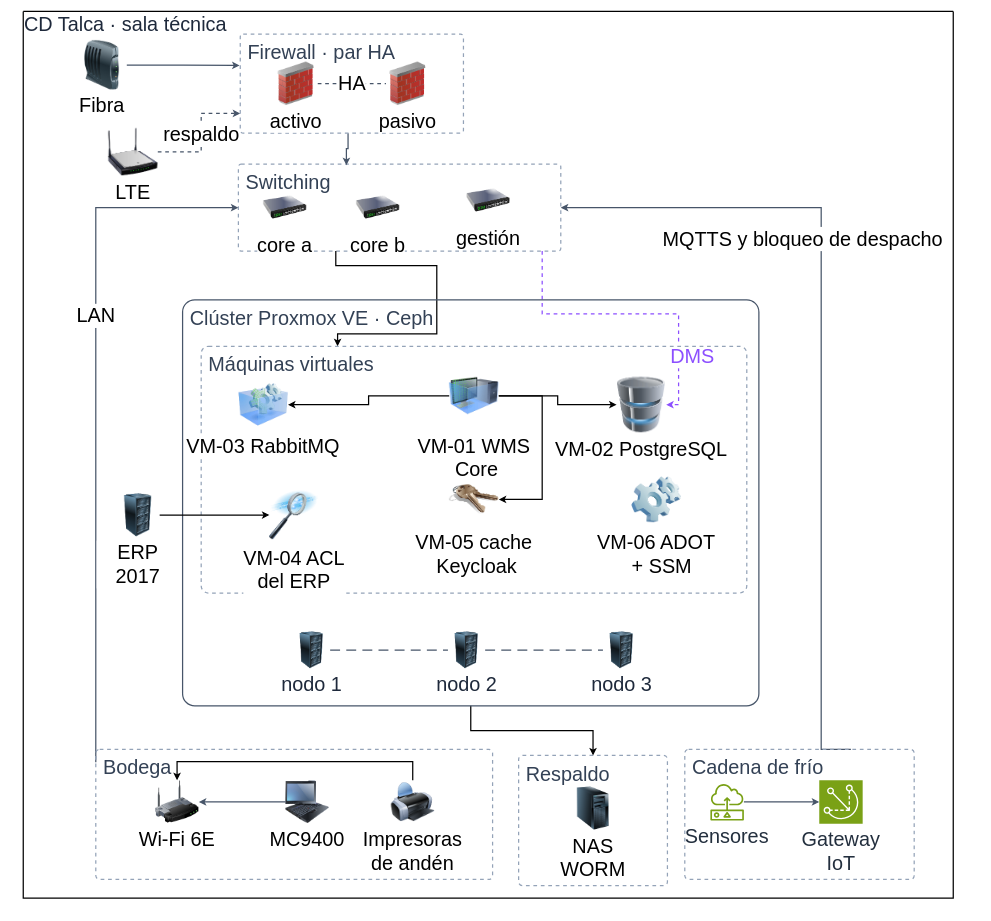
Before: 04/figuras/fuentes/fisica/Arquitectura_Fisica_CD_Talca.drawio in PatricioH315/LafroX, a draw.io diagram. Source tidied: cells renumbered, new cells numbered last; positions are measured from the earlier drawing's top-left corner, leaving out a move shared by most shapes. Both pictures are drawn from the tidied source at 62%, with x=0, y=0 at pixel (11, 11).
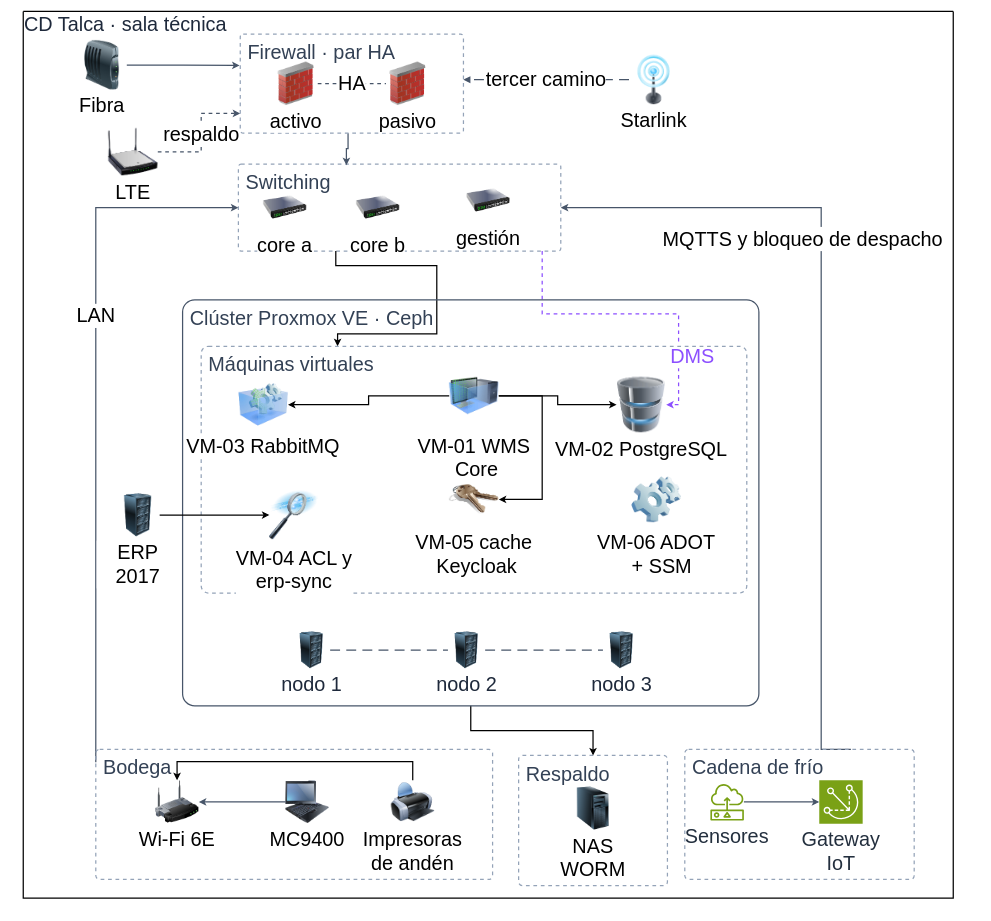
After the change.

Unchanged cells that the change refers to:
```xml
<mxCell id="32" style="group;fontSize=32;strokeWidth=2;" parent="31" vertex="1">
  <mxGeometry width="1256.2" height="910" as="geometry" />
</mxCell>
<mxCell id="53" value="Firewall · par HA" style="rounded=1;arcSize=3;whiteSpace=wrap;html=1;fillColor=none;strokeColor=#94a3b8;dashed=1;verticalAlign=top;align=left;spacingLeft=10;spacingTop=4;fontSize=32;fontStyle=0;fontColor=#334155;strokeWidth=2;" parent="52" vertex="1">
  <mxGeometry width="360" height="160" as="geometry" />
</mxCell>
```

Diff of the diagram source:
```diff
@@
-    <mxCell id="41" value="VM-04 ACL&#10; del ERP " style="image;image=img/lib/clip_art/computers/Data_Filtering_128x128.png;fontSize=32;align=center;fontStyle=0;verticalAlign=top;labelPosition=center;verticalLabelPosition=bottom;strokeWidth=2;" parent="32" vertex="1">
+    <mxCell id="41" value="VM-04 ACL y&#10;erp-sync" style="image;image=img/lib/clip_art/computers/Data_Filtering_128x128.png;fontSize=32;align=center;fontStyle=0;verticalAlign=top;labelPosition=center;verticalLabelPosition=bottom;strokeWidth=2;" parent="32" vertex="1">
       <mxGeometry x="110" y="230" width="80" height="84.5" as="geometry" />
     </mxCell>
@@
+    <mxCell id="58" value="Starlink" style="image;html=1;image=img/lib/clip_art/telecommunication/Signal_tower_on_128x128.png;fontSize=32;verticalLabelPosition=bottom;verticalAlign=top;labelWidth=140;whiteSpace=wrap;fontStyle=0;strokeWidth=2;" parent="1" vertex="1">
+      <mxGeometry x="997" y="70" width="80" height="80" as="geometry" />
+    </mxCell>
+    <mxCell id="59" value="tercer camino" style="edgeStyle=orthogonalEdgeStyle;rounded=0;jettySize=auto;html=1;strokeColor=#475569;strokeWidth=2;fontSize=32;labelBackgroundColor=#ffffff;dashed=1;dashPattern=8 5;endArrow=block;endFill=1;exitX=0;exitY=0.5;exitDx=0;exitDy=0;entryX=1;entryY=0.46;entryDx=0;entryDy=0;fontStyle=0;" parent="1" edge="1" source="58" target="53">
+      <mxGeometry relative="1" as="geometry" />
+    </mxCell>
```
